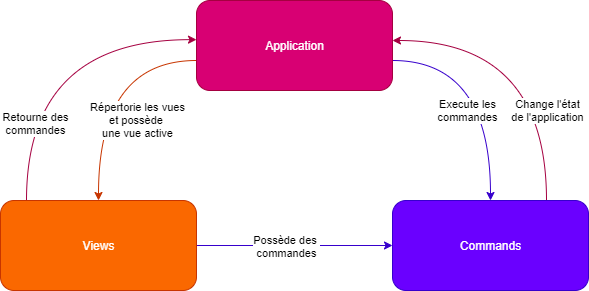
This is doc/mvc-global.png from 8area8/python-mvc, a draw.io export, as it was before one commit. Source tidied: cells renumbered, new cells last; positions are measured from the earlier drawing's top-left corner, leaving out a move shared by most shapes.
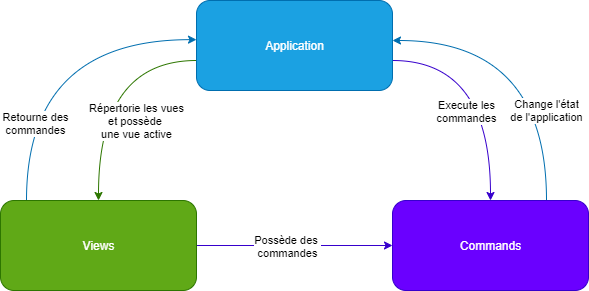
Later version of the same file.

Change to the diagram source:
```diff
@@ -14,7 +14,7 @@
         <mxPoint x="-24" y="44" as="offset" />
       </mxGeometry>
     </mxCell>
-    <mxCell id="4" style="edgeStyle=orthogonalEdgeStyle;jettySize=auto;html=1;entryX=0.5;entryY=0;entryDx=0;entryDy=0;fillColor=#fa6800;strokeColor=#C73500;curved=1;" parent="1" edge="1" source="6" target="11">
+    <mxCell id="4" style="edgeStyle=orthogonalEdgeStyle;jettySize=auto;html=1;entryX=0.5;entryY=0;entryDx=0;entryDy=0;fillColor=#60a917;strokeColor=#2D7600;curved=1;" parent="1" edge="1" source="6" target="11">
       <mxGeometry relative="1" as="geometry">
         <Array as="points">
           <mxPoint x="98" y="60" />
@@ -26,7 +26,7 @@
         <mxPoint x="38" y="-18.6" as="offset" />
       </mxGeometry>
     </mxCell>
-    <mxCell id="6" value="Application" style="html=1;rounded=1;fillColor=#d80073;strokeColor=#A50040;fontColor=#ffffff;" parent="1" vertex="1">
+    <mxCell id="6" value="Application" style="html=1;rounded=1;fillColor=#1ba1e2;strokeColor=#006EAF;fontColor=#ffffff;" parent="1" vertex="1">
       <mxGeometry x="196" width="196" height="90" as="geometry" />
     </mxCell>
     <mxCell id="7" style="edgeStyle=orthogonalEdgeStyle;jettySize=auto;html=1;entryX=0;entryY=0.5;entryDx=0;entryDy=0;fillColor=#6a00ff;strokeColor=#3700CC;curved=1;" parent="1" edge="1" source="11" target="14">
@@ -37,7 +37,7 @@
         <mxPoint x="33.4" as="offset" />
       </mxGeometry>
     </mxCell>
-    <mxCell id="9" style="edgeStyle=orthogonalEdgeStyle;curved=1;jettySize=auto;html=1;entryX=0;entryY=0.435;entryDx=0;entryDy=0;entryPerimeter=0;fillColor=#d80073;strokeColor=#A50040;" parent="1" edge="1" target="6">
+    <mxCell id="9" style="edgeStyle=orthogonalEdgeStyle;curved=1;jettySize=auto;html=1;entryX=0;entryY=0.435;entryDx=0;entryDy=0;entryPerimeter=0;fillColor=#1ba1e2;strokeColor=#006EAF;" parent="1" edge="1" target="6">
       <mxGeometry relative="1" as="geometry">
         <mxPoint x="26" y="200" as="sourcePoint" />
         <Array as="points">
@@ -48,10 +48,10 @@
     <mxCell id="10" value="Retourne des&lt;br&gt;commandes" style="edgeLabel;html=1;align=center;verticalAlign=middle;" parent="9" vertex="1">
       <mxGeometry x="-0.53" y="-8" relative="1" as="geometry" />
     </mxCell>
-    <mxCell id="11" value="Views" style="html=1;rounded=1;fillColor=#fa6800;strokeColor=#C73500;fontColor=#ffffff;" parent="1" vertex="1">
+    <mxCell id="11" value="Views" style="html=1;rounded=1;fillColor=#60a917;strokeColor=#2D7600;fontColor=#ffffff;" parent="1" vertex="1">
       <mxGeometry y="200" width="196" height="90" as="geometry" />
     </mxCell>
-    <mxCell id="12" style="edgeStyle=orthogonalEdgeStyle;jettySize=auto;html=1;fillColor=#d80073;strokeColor=#A50040;curved=1;" parent="1" edge="1" source="14" target="6">
+    <mxCell id="12" style="edgeStyle=orthogonalEdgeStyle;jettySize=auto;html=1;fillColor=#1ba1e2;strokeColor=#006EAF;curved=1;" parent="1" edge="1" source="14" target="6">
       <mxGeometry relative="1" as="geometry">
         <Array as="points">
           <mxPoint x="546" y="40" />
```
